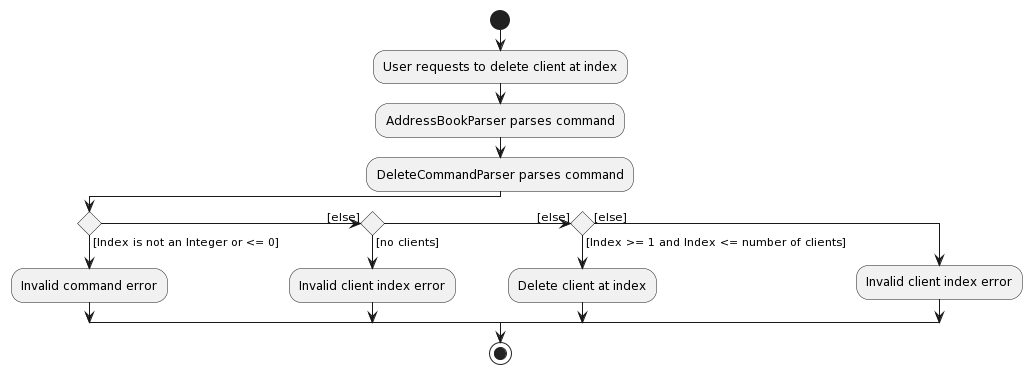
This is docs/images/DeleteActivityDiagram.png from nus-cs2103-AY2324S2/tp, a PlantUML export, as it was before one commit.
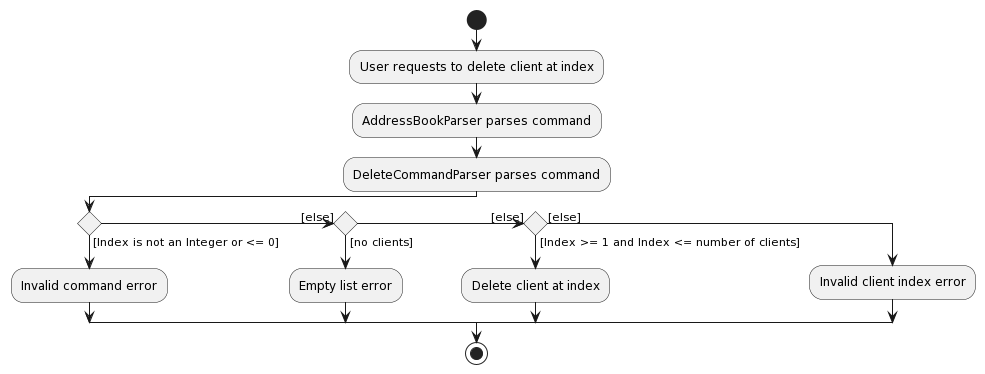
Above is the later version.

Commit message:
Update activity diagram

Diff of the diagram source:
```diff
@@ -7,7 +7,7 @@
 if () then ([Index is not an Integer or <= 0])
 :Invalid command error;
 ([else]) elseif () then ([no clients])
-:Invalid client index error;
+:Empty list error;
 ([else]) elseif () then ([Index >= 1 and Index <= number of clients])
 :Delete client at index;
 else ([else])
```
